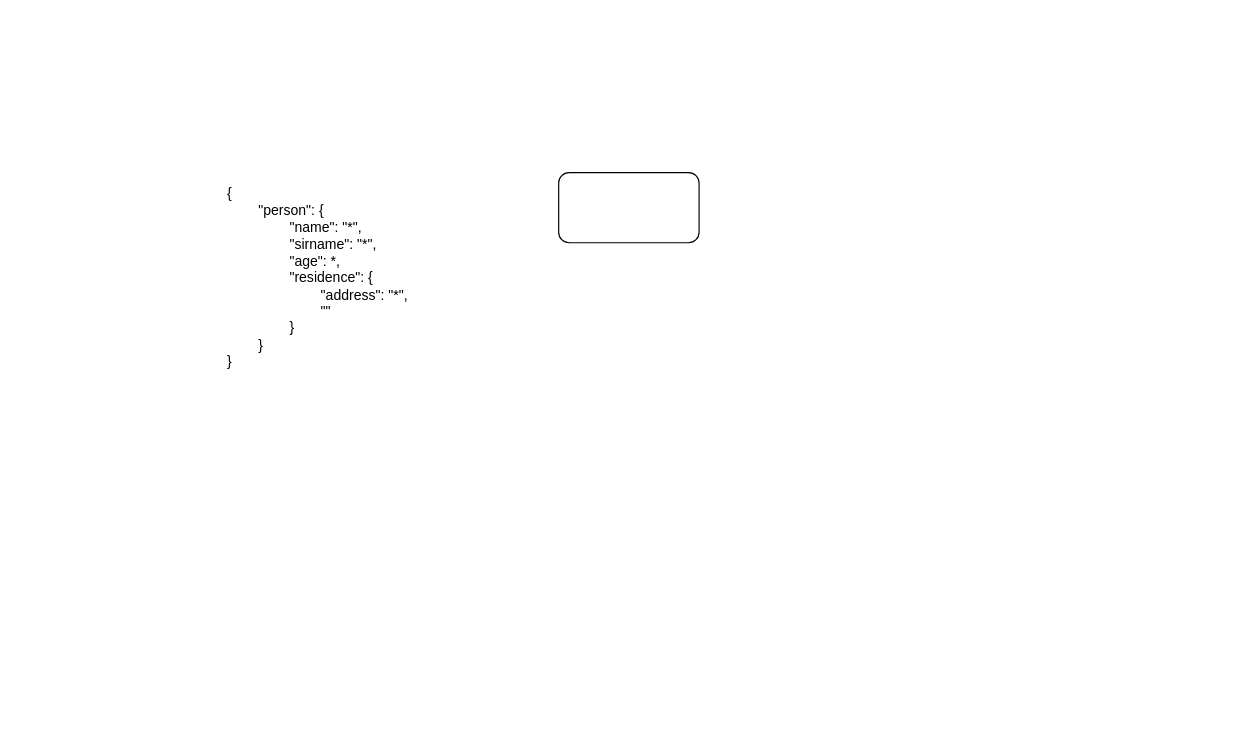
data-tracks/DataOrchestra keeps this draw.io diagram as doc/variable_tree.drawio. Above is the earlier version. Source tidied: cells renumbered, new cells numbered last; positions are measured from the earlier drawing's top-left corner, leaving out a move shared by most shapes. Both pictures are drawn from the tidied source at 117%, with x=0, y=0 at pixel (225, 172).
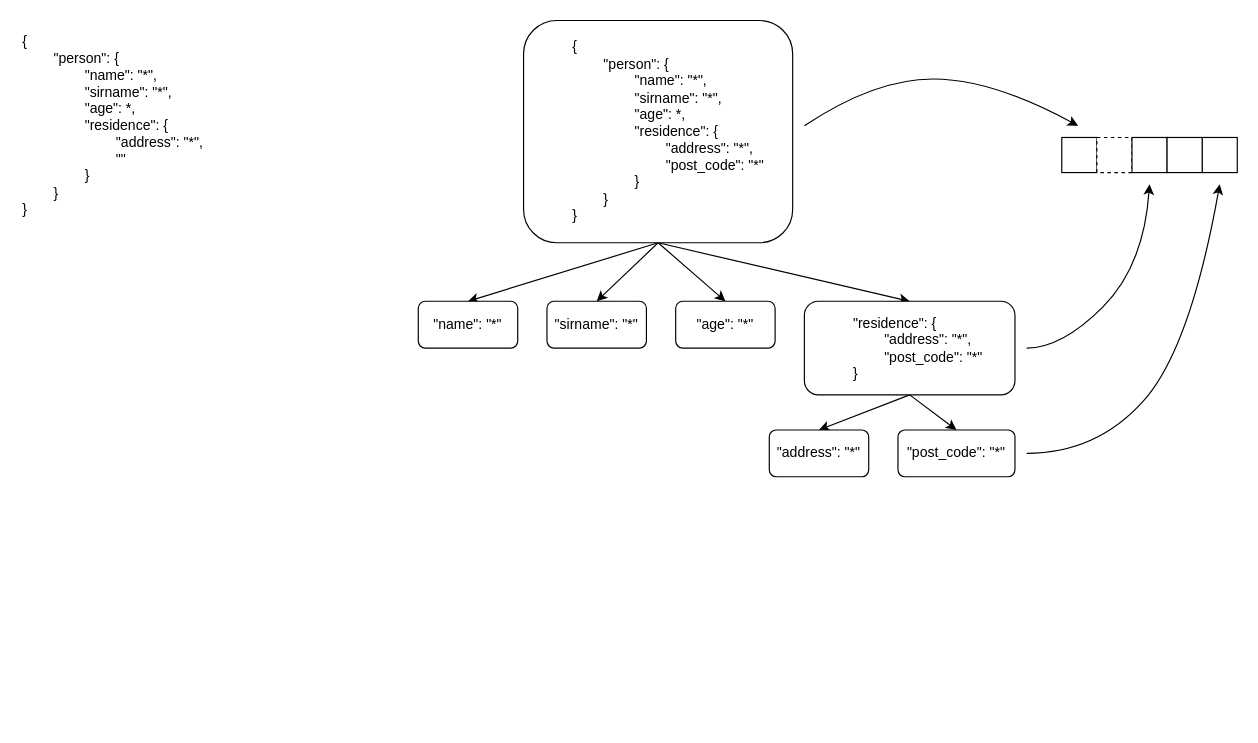
The same diagram, later.

What changed in the source:
```diff
@@
     <mxCell id="2" value="{&lt;div&gt;&lt;span style=&quot;white-space: pre;&quot;&gt;&#9;&lt;/span&gt;&quot;person&quot;:&amp;nbsp;&lt;span style=&quot;background-color: transparent; color: light-dark(rgb(0, 0, 0), rgb(255, 255, 255));&quot;&gt;{&lt;/span&gt;&lt;/div&gt;&lt;div&gt;&lt;span style=&quot;background-color: transparent; color: light-dark(rgb(0, 0, 0), rgb(255, 255, 255));&quot;&gt;&lt;span style=&quot;white-space: pre;&quot;&gt;&#9;&lt;/span&gt;&lt;span style=&quot;white-space: pre;&quot;&gt;&#9;&lt;/span&gt;&quot;name&quot;: &quot;*&quot;,&lt;br&gt;&lt;/span&gt;&lt;/div&gt;&lt;div&gt;&lt;span style=&quot;background-color: transparent; color: light-dark(rgb(0, 0, 0), rgb(255, 255, 255));&quot;&gt;&lt;span style=&quot;white-space: pre;&quot;&gt;&#9;&lt;/span&gt;&lt;span style=&quot;white-space: pre;&quot;&gt;&#9;&lt;/span&gt;&quot;sirname&quot;: &quot;*&quot;,&lt;br&gt;&lt;/span&gt;&lt;/div&gt;&lt;div&gt;&lt;span style=&quot;background-color: transparent; color: light-dark(rgb(0, 0, 0), rgb(255, 255, 255));&quot;&gt;&lt;span style=&quot;white-space: pre;&quot;&gt;&#9;&lt;/span&gt;&lt;span style=&quot;white-space: pre;&quot;&gt;&#9;&lt;/span&gt;&quot;age&quot;: *,&lt;br&gt;&lt;/span&gt;&lt;/div&gt;&lt;div&gt;&lt;span style=&quot;background-color: transparent; color: light-dark(rgb(0, 0, 0), rgb(255, 255, 255));&quot;&gt;&lt;span style=&quot;white-space: pre;&quot;&gt;&#9;&lt;/span&gt;&lt;span style=&quot;white-space: pre;&quot;&gt;&#9;&lt;/span&gt;&quot;residence&quot;: {&lt;br&gt;&lt;/span&gt;&lt;/div&gt;&lt;div&gt;&lt;span style=&quot;background-color: transparent; color: light-dark(rgb(0, 0, 0), rgb(255, 255, 255));&quot;&gt;&lt;span style=&quot;white-space: pre;&quot;&gt;&#9;&lt;/span&gt;&lt;span style=&quot;white-space: pre;&quot;&gt;&#9;&lt;/span&gt;&lt;span style=&quot;white-space: pre;&quot;&gt;&#9;&lt;/span&gt;&quot;address&quot;: &quot;*&quot;,&lt;br&gt;&lt;/span&gt;&lt;/div&gt;&lt;div&gt;&lt;span style=&quot;background-color: transparent; color: light-dark(rgb(0, 0, 0), rgb(255, 255, 255));&quot;&gt;&lt;span style=&quot;white-space: pre;&quot;&gt;&#9;&lt;/span&gt;&lt;span style=&quot;white-space: pre;&quot;&gt;&#9;&lt;/span&gt;&lt;span style=&quot;white-space: pre;&quot;&gt;&#9;&lt;/span&gt;&quot;&quot;&lt;br&gt;&lt;/span&gt;&lt;/div&gt;&lt;div&gt;&lt;span style=&quot;background-color: transparent; color: light-dark(rgb(0, 0, 0), rgb(255, 255, 255));&quot;&gt;&lt;span style=&quot;white-space: pre;&quot;&gt;&#9;&lt;/span&gt;&lt;span style=&quot;white-space: pre;&quot;&gt;&#9;&lt;/span&gt;}&lt;br&gt;&lt;/span&gt;&lt;/div&gt;&lt;div&gt;&lt;/div&gt;&lt;div&gt;&lt;span style=&quot;background-color: transparent; color: light-dark(rgb(0, 0, 0), rgb(255, 255, 255));&quot;&gt;&lt;span style=&quot;white-space: pre;&quot;&gt;&#9;&lt;/span&gt;}&lt;/span&gt;&lt;/div&gt;&lt;div&gt;&lt;div&gt;}&lt;/div&gt;&lt;/div&gt;" style="text;html=1;align=left;verticalAlign=middle;whiteSpace=wrap;rounded=0;" parent="1" vertex="1">
-      <mxGeometry y="30" width="220" height="120" as="geometry" />
+      <mxGeometry x="-175" y="-100" width="220" height="120" as="geometry" />
     </mxCell>
+    <mxCell id="4" style="rounded=0;jettySize=auto;html=1;exitX=0.5;exitY=1;exitDx=0;exitDy=0;entryX=0.5;entryY=0;entryDx=0;entryDy=0;" parent="1" edge="1" source="3" target="8">
+      <mxGeometry relative="1" as="geometry" />
+    </mxCell>
+    <mxCell id="5" style="rounded=0;jettySize=auto;html=1;exitX=0.5;exitY=1;exitDx=0;exitDy=0;entryX=0.5;entryY=0;entryDx=0;entryDy=0;" parent="1" edge="1" source="3" target="9">
+      <mxGeometry relative="1" as="geometry" />
+    </mxCell>
+    <mxCell id="6" style="rounded=0;jettySize=auto;html=1;exitX=0.5;exitY=1;exitDx=0;exitDy=0;entryX=0.5;entryY=0;entryDx=0;entryDy=0;" parent="1" edge="1" source="3" target="10">
+      <mxGeometry relative="1" as="geometry" />
+    </mxCell>
+    <mxCell id="7" style="rounded=0;jettySize=auto;html=1;exitX=0.5;exitY=1;exitDx=0;exitDy=0;entryX=0.5;entryY=0;entryDx=0;entryDy=0;" parent="1" edge="1" source="3" target="14">
+      <mxGeometry relative="1" as="geometry" />
+    </mxCell>
-    <mxCell id="3" style="rounded=1;whiteSpace=wrap;html=1;" parent="1" vertex="1">
-      <mxGeometry x="285" width="120" height="60" as="geometry" />
+    <mxCell id="3" value="&lt;blockquote style=&quot;margin: 0 0 0 40px; border: none; padding: 0px;&quot;&gt;&lt;span style=&quot;&quot;&gt;{&lt;/span&gt;&lt;div style=&quot;&quot;&gt;&lt;span style=&quot;white-space: pre;&quot;&gt;&#9;&lt;/span&gt;&quot;person&quot;:&amp;nbsp;&lt;span style=&quot;background-color: transparent; color: light-dark(rgb(0, 0, 0), rgb(255, 255, 255));&quot;&gt;{&lt;/span&gt;&lt;/div&gt;&lt;div style=&quot;&quot;&gt;&lt;span style=&quot;background-color: transparent; color: light-dark(rgb(0, 0, 0), rgb(255, 255, 255));&quot;&gt;&lt;span style=&quot;white-space: pre;&quot;&gt;&#9;&lt;/span&gt;&lt;span style=&quot;white-space: pre;&quot;&gt;&#9;&lt;/span&gt;&quot;name&quot;: &quot;*&quot;,&lt;/span&gt;&lt;/div&gt;&lt;div style=&quot;&quot;&gt;&lt;span style=&quot;background-color: transparent; color: light-dark(rgb(0, 0, 0), rgb(255, 255, 255));&quot;&gt;&lt;span style=&quot;white-space: pre;&quot;&gt;&#9;&lt;/span&gt;&lt;span style=&quot;white-space: pre;&quot;&gt;&#9;&lt;/span&gt;&quot;sirname&quot;: &quot;*&quot;,&lt;/span&gt;&lt;/div&gt;&lt;div style=&quot;&quot;&gt;&lt;span style=&quot;background-color: transparent; color: light-dark(rgb(0, 0, 0), rgb(255, 255, 255));&quot;&gt;&lt;span style=&quot;white-space: pre;&quot;&gt;&#9;&lt;/span&gt;&lt;span style=&quot;white-space: pre;&quot;&gt;&#9;&lt;/span&gt;&quot;age&quot;: *,&lt;/span&gt;&lt;/div&gt;&lt;div style=&quot;&quot;&gt;&lt;span style=&quot;background-color: transparent; color: light-dark(rgb(0, 0, 0), rgb(255, 255, 255));&quot;&gt;&lt;span style=&quot;white-space: pre;&quot;&gt;&#9;&lt;/span&gt;&lt;span style=&quot;white-space: pre;&quot;&gt;&#9;&lt;/span&gt;&quot;residence&quot;: {&lt;/span&gt;&lt;/div&gt;&lt;div style=&quot;&quot;&gt;&lt;span style=&quot;background-color: transparent; color: light-dark(rgb(0, 0, 0), rgb(255, 255, 255));&quot;&gt;&lt;span style=&quot;white-space: pre;&quot;&gt;&#9;&lt;/span&gt;&lt;span style=&quot;white-space: pre;&quot;&gt;&#9;&lt;/span&gt;&lt;span style=&quot;white-space: pre;&quot;&gt;&#9;&lt;/span&gt;&quot;address&quot;: &quot;*&quot;,&lt;/span&gt;&lt;/div&gt;&lt;div style=&quot;&quot;&gt;&lt;span style=&quot;background-color: transparent; color: light-dark(rgb(0, 0, 0), rgb(255, 255, 255));&quot;&gt;&lt;span style=&quot;white-space: pre;&quot;&gt;&#9;&lt;/span&gt;&lt;span style=&quot;white-space: pre;&quot;&gt;&#9;&lt;/span&gt;&lt;span style=&quot;white-space: pre;&quot;&gt;&#9;&lt;/span&gt;&quot;post_code&quot;: &quot;*&quot;&lt;/span&gt;&lt;/div&gt;&lt;div style=&quot;&quot;&gt;&lt;span style=&quot;background-color: transparent; color: light-dark(rgb(0, 0, 0), rgb(255, 255, 255));&quot;&gt;&lt;span style=&quot;white-space: pre;&quot;&gt;&#9;&lt;/span&gt;&lt;span style=&quot;white-space: pre;&quot;&gt;&#9;&lt;/span&gt;}&lt;/span&gt;&lt;/div&gt;&lt;div style=&quot;&quot;&gt;&lt;span style=&quot;background-color: transparent; color: light-dark(rgb(0, 0, 0), rgb(255, 255, 255));&quot;&gt;&lt;span style=&quot;white-space: pre;&quot;&gt;&#9;&lt;/span&gt;}&lt;/span&gt;&lt;/div&gt;&lt;div style=&quot;&quot;&gt;}&lt;/div&gt;&lt;/blockquote&gt;&lt;div style=&quot;&quot;&gt;&lt;/div&gt;" style="rounded=1;whiteSpace=wrap;html=1;align=left;" parent="1" vertex="1">
+      <mxGeometry x="255" y="-130" width="230" height="190" as="geometry" />
     </mxCell>
+    <mxCell id="8" value="&quot;name&quot;: &quot;*&quot;" style="rounded=1;whiteSpace=wrap;html=1;" parent="1" vertex="1">
+      <mxGeometry x="165" y="110" width="85" height="40" as="geometry" />
+    </mxCell>
+    <mxCell id="9" value="&quot;sirname&quot;: &quot;*&quot;" style="rounded=1;whiteSpace=wrap;html=1;" parent="1" vertex="1">
+      <mxGeometry x="275" y="110" width="85" height="40" as="geometry" />
+    </mxCell>
+    <mxCell id="10" value="&quot;age&quot;: &quot;*&quot;" style="rounded=1;whiteSpace=wrap;html=1;" parent="1" vertex="1">
+      <mxGeometry x="385" y="110" width="85" height="40" as="geometry" />
+    </mxCell>
+    <mxCell id="11" value="&lt;div style=&quot;forced-color-adjust: none; color: rgb(0, 0, 0); font-family: Helvetica; font-size: 12px; font-style: normal; font-variant-ligatures: normal; font-variant-caps: normal; font-weight: 400; letter-spacing: normal; orphans: 2; text-align: left; text-indent: 0px; text-transform: none; widows: 2; word-spacing: 0px; -webkit-text-stroke-width: 0px; white-space: normal; background-color: rgb(236, 236, 236); text-decoration-thickness: initial; text-decoration-style: initial; text-decoration-color: initial;&quot;&gt;&lt;br&gt;&lt;/div&gt;" style="text;whiteSpace=wrap;html=1;" parent="1" vertex="1">
+      <mxGeometry x="395" y="390" width="150" height="80" as="geometry" />
+    </mxCell>
+    <mxCell id="12" style="rounded=0;jettySize=auto;html=1;exitX=0.5;exitY=1;exitDx=0;exitDy=0;entryX=0.5;entryY=0;entryDx=0;entryDy=0;" parent="1" edge="1" source="14" target="15">
+      <mxGeometry relative="1" as="geometry" />
+    </mxCell>
+    <mxCell id="13" style="rounded=0;jettySize=auto;html=1;exitX=0.5;exitY=1;exitDx=0;exitDy=0;entryX=0.5;entryY=0;entryDx=0;entryDy=0;" parent="1" edge="1" source="14" target="16">
+      <mxGeometry relative="1" as="geometry" />
+    </mxCell>
+    <mxCell id="14" value="&lt;blockquote style=&quot;margin: 0 0 0 40px; border: none; padding: 0px;&quot;&gt;&lt;div style=&quot;&quot;&gt;&lt;span style=&quot;background-color: transparent; color: light-dark(rgb(0, 0, 0), rgb(255, 255, 255));&quot;&gt;&quot;residence&quot;: {&lt;/span&gt;&lt;/div&gt;&lt;div style=&quot;&quot;&gt;&lt;span style=&quot;background-color: transparent; color: light-dark(rgb(0, 0, 0), rgb(255, 255, 255));&quot;&gt;&lt;span style=&quot;white-space: pre;&quot;&gt;&#9;&lt;/span&gt;&quot;address&quot;: &quot;*&quot;,&lt;/span&gt;&lt;/div&gt;&lt;div style=&quot;&quot;&gt;&lt;span style=&quot;background-color: transparent; color: light-dark(rgb(0, 0, 0), rgb(255, 255, 255));&quot;&gt;&lt;span style=&quot;white-space: pre;&quot;&gt;&#9;&lt;/span&gt;&quot;post_code&quot;: &quot;*&quot;&lt;/span&gt;&lt;/div&gt;&lt;div style=&quot;&quot;&gt;&lt;span style=&quot;background-color: transparent; color: light-dark(rgb(0, 0, 0), rgb(255, 255, 255));&quot;&gt;}&lt;/span&gt;&lt;/div&gt;&lt;/blockquote&gt;" style="rounded=1;whiteSpace=wrap;html=1;align=left;" parent="1" vertex="1">
+      <mxGeometry x="495" y="110" width="180" height="80" as="geometry" />
+    </mxCell>
+    <mxCell id="15" value="&quot;address&quot;: &quot;*&quot;" style="rounded=1;whiteSpace=wrap;html=1;" parent="1" vertex="1">
+      <mxGeometry x="465" y="220" width="85" height="40" as="geometry" />
+    </mxCell>
+    <mxCell id="16" value="&quot;post_code&quot;: &quot;*&quot;" style="rounded=1;whiteSpace=wrap;html=1;" parent="1" vertex="1">
+      <mxGeometry x="575" y="220" width="100" height="40" as="geometry" />
+    </mxCell>
+    <mxCell id="17" style="rounded=0;whiteSpace=wrap;html=1;" parent="1" vertex="1">
+      <mxGeometry x="715" y="-30" width="30" height="30" as="geometry" />
+    </mxCell>
+    <mxCell id="18" style="rounded=0;whiteSpace=wrap;html=1;dashed=1;" parent="1" vertex="1">
+      <mxGeometry x="745" y="-30" width="30" height="30" as="geometry" />
+    </mxCell>
+    <mxCell id="19" style="rounded=0;whiteSpace=wrap;html=1;" parent="1" vertex="1">
+      <mxGeometry x="775" y="-30" width="30" height="30" as="geometry" />
+    </mxCell>
+    <mxCell id="20" style="rounded=0;whiteSpace=wrap;html=1;" parent="1" vertex="1">
+      <mxGeometry x="835" y="-30" width="30" height="30" as="geometry" />
+    </mxCell>
+    <mxCell id="21" style="curved=1;endArrow=classic;html=1;rounded=0;" parent="1" edge="1">
+      <mxGeometry relative="1" as="geometry">
+        <mxPoint x="685" y="240" as="sourcePoint" />
+        <mxPoint x="850" y="10" as="targetPoint" />
+        <Array as="points">
+          <mxPoint x="745" y="240" />
+          <mxPoint x="825" y="150" />
+        </Array>
+      </mxGeometry>
+    </mxCell>
+    <mxCell id="22" style="curved=1;endArrow=classic;html=1;rounded=0;" parent="1" edge="1">
+      <mxGeometry relative="1" as="geometry">
+        <mxPoint x="685" y="150" as="sourcePoint" />
+        <mxPoint x="790" y="10" as="targetPoint" />
+        <Array as="points">
+          <mxPoint x="715" y="150" />
+          <mxPoint x="785" y="80" />
+        </Array>
+      </mxGeometry>
+    </mxCell>
+    <mxCell id="23" style="curved=1;endArrow=classic;html=1;rounded=0;" parent="1" edge="1">
+      <mxGeometry relative="1" as="geometry">
+        <mxPoint x="495" y="-40" as="sourcePoint" />
+        <mxPoint x="729" y="-40" as="targetPoint" />
+        <Array as="points">
+          <mxPoint x="555" y="-80" />
+          <mxPoint x="655" y="-80" />
+        </Array>
+      </mxGeometry>
+    </mxCell>
+    <mxCell id="24" style="rounded=0;whiteSpace=wrap;html=1;" parent="1" vertex="1">
+      <mxGeometry x="805" y="-30" width="30" height="30" as="geometry" />
+    </mxCell>
```
